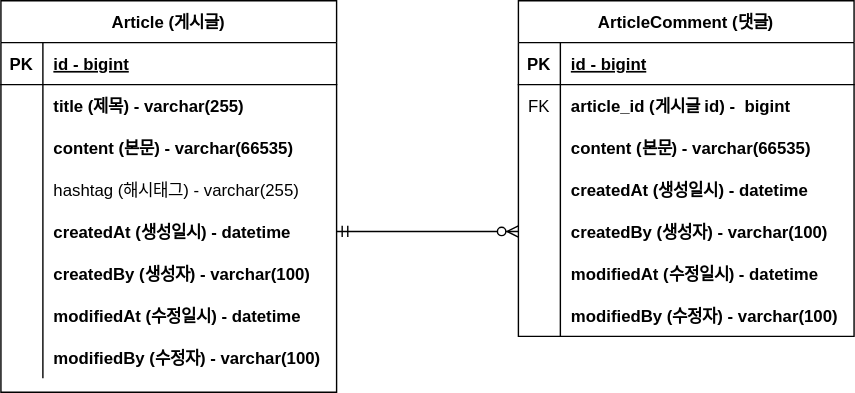
The draw.io diagram document/project-board-erd.svg in legowww/study-project-board, before a commit. Source tidied: cells renumbered, new cells last; positions are measured from the earlier drawing's top-left corner, leaving out a move shared by most shapes.
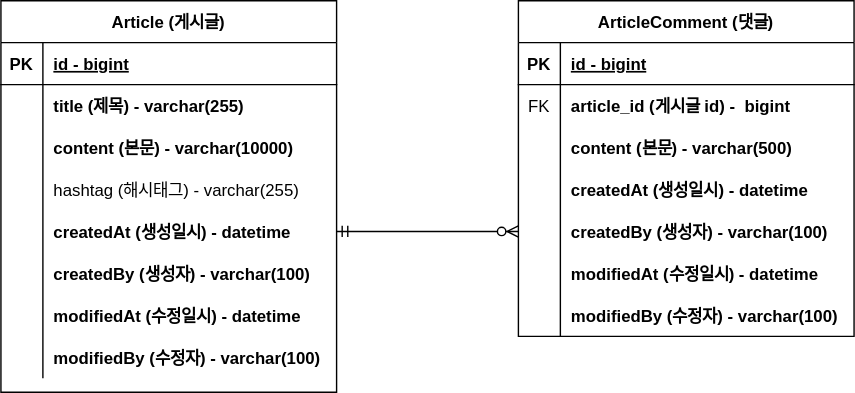
Above is the later version.

Commit message:
#11 - erd 업데이트

Diff of the diagram source:
```diff
@@ -29,7 +29,7 @@
     <mxCell id="10" style="shape=partialRectangle;overflow=hidden;fillColor=none;top=0;left=0;bottom=0;right=0;" parent="9" vertex="1">
       <mxGeometry width="30" height="30" as="geometry" />
     </mxCell>
-    <mxCell id="11" value="content (본문) - varchar(66535)" style="shape=partialRectangle;overflow=hidden;fillColor=none;top=0;left=0;bottom=0;right=0;align=left;spacingLeft=6;fontStyle=1;" parent="9" vertex="1">
+    <mxCell id="11" value="content (본문) - varchar(10000)" style="shape=partialRectangle;overflow=hidden;fillColor=none;top=0;left=0;bottom=0;right=0;align=left;spacingLeft=6;fontStyle=1;" parent="9" vertex="1">
       <mxGeometry x="30" width="210" height="30" as="geometry" />
     </mxCell>
     <mxCell id="12" style="shape=partialRectangle;fillColor=none;top=0;left=0;right=0;bottom=0;" parent="2" vertex="1">
@@ -104,7 +104,7 @@
     <mxCell id="35" style="shape=partialRectangle;overflow=hidden;fillColor=none;top=0;left=0;bottom=0;right=0;" parent="34" vertex="1">
       <mxGeometry width="30" height="30" as="geometry" />
     </mxCell>
-    <mxCell id="36" value="content (본문) - varchar(66535)" style="shape=partialRectangle;overflow=hidden;fillColor=none;top=0;left=0;bottom=0;right=0;align=left;spacingLeft=6;fontStyle=1;" parent="34" vertex="1">
+    <mxCell id="36" value="content (본문) - varchar(500)" style="shape=partialRectangle;overflow=hidden;fillColor=none;top=0;left=0;bottom=0;right=0;align=left;spacingLeft=6;fontStyle=1;" parent="34" vertex="1">
       <mxGeometry x="30" width="210" height="30" as="geometry" />
     </mxCell>
     <mxCell id="37" style="shape=partialRectangle;fillColor=none;top=0;left=0;right=0;bottom=0;" parent="27" vertex="1">
```
